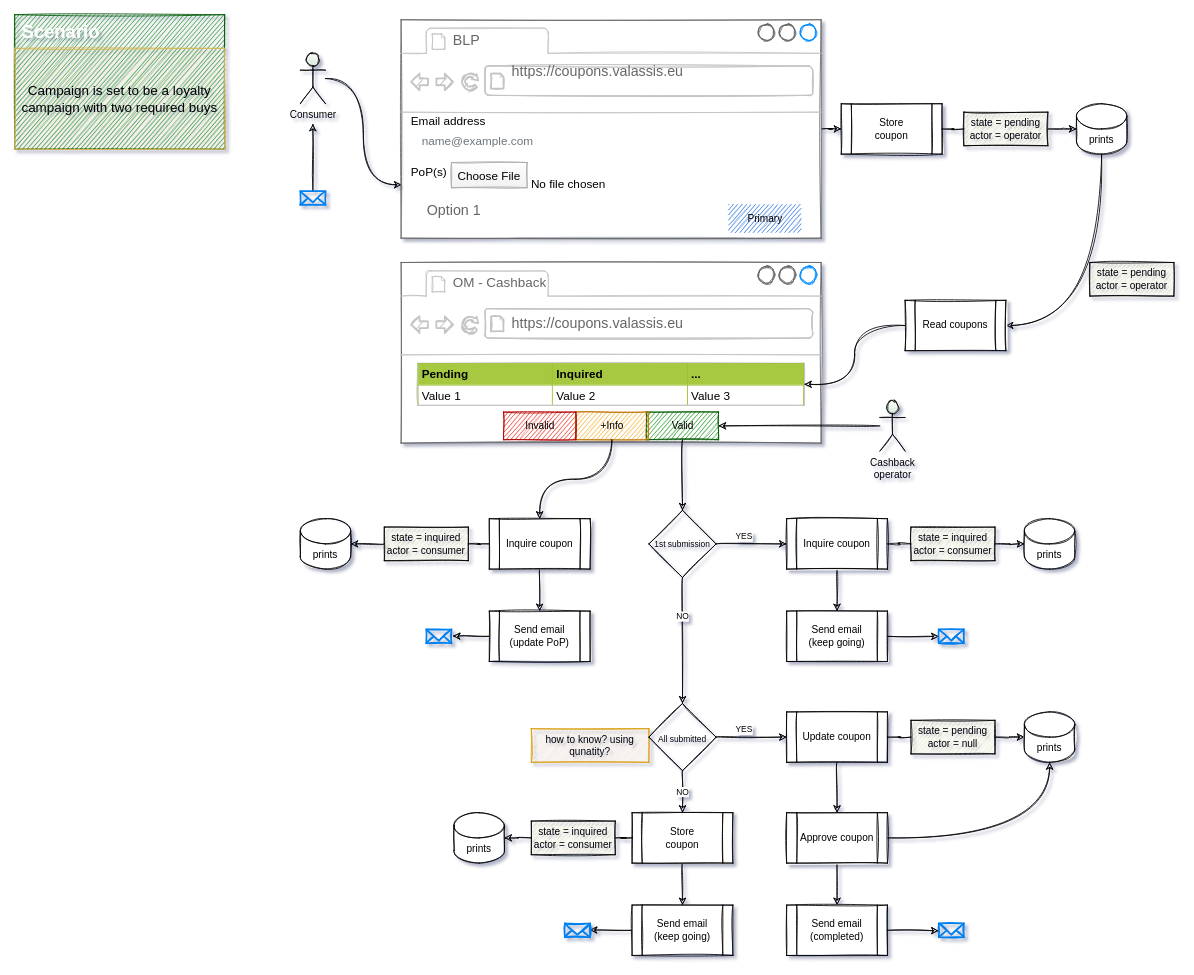
This is page "User flow" (1 of 3) of loyalty/User Flow.drawio from valassis-fcalle/diagramas.net, a draw.io file, before an edit. Source tidied: cells renumbered, new cells numbered last; positions are measured from the earlier drawing's top-left corner, leaving out a move shared by most shapes. Both pictures are drawn from the tidied source at 84%, with x=0, y=0 at pixel (14, 14).
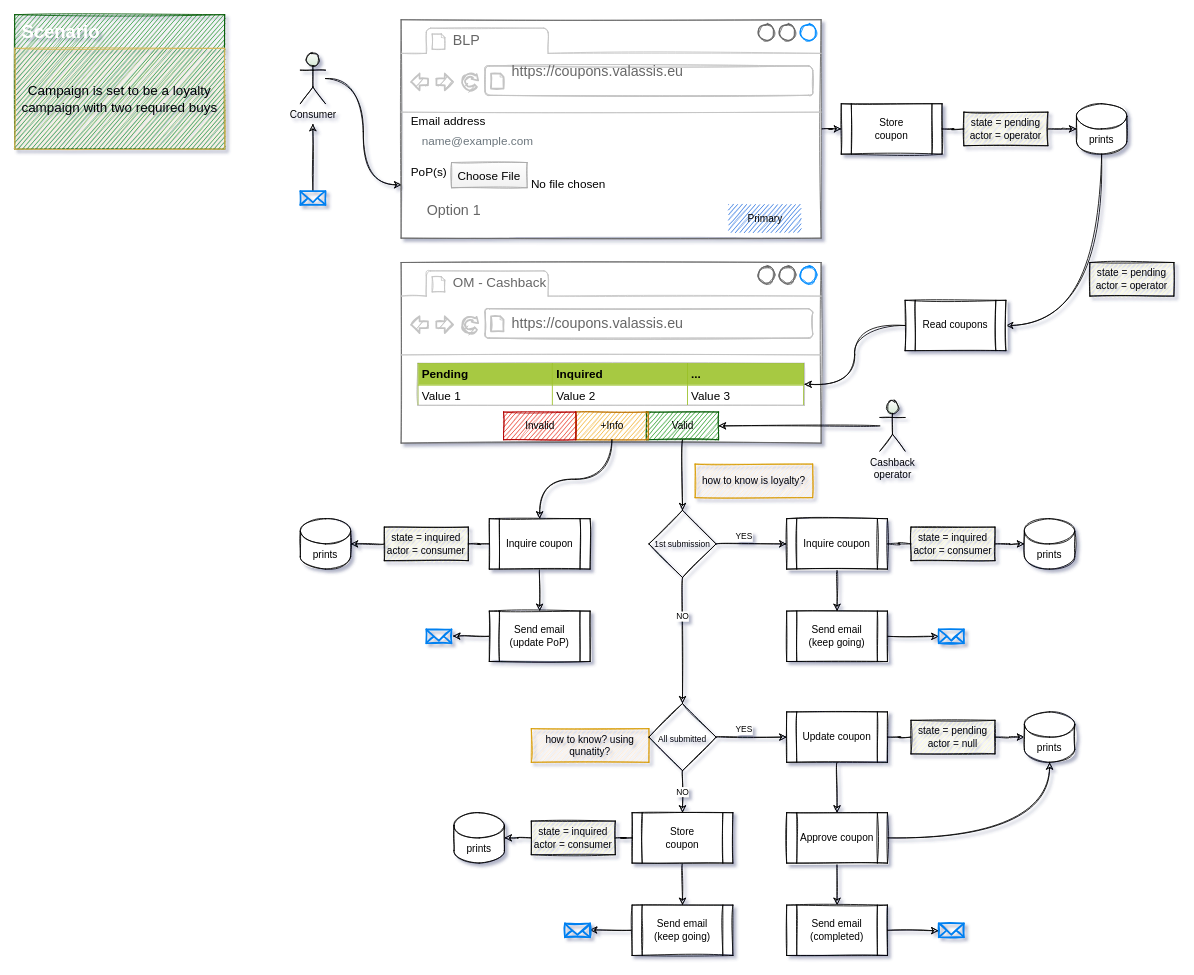
Above is the later version.

What changed in the source:
```diff
@@
+    <mxCell id="90" value="how to know is loyalty?" style="text;html=1;strokeColor=#d79b00;fillColor=#ffe6cc;align=center;verticalAlign=middle;whiteSpace=wrap;rounded=0;sketch=1;" parent="1" vertex="1">
+      <mxGeometry x="810" y="535" width="140" height="40" as="geometry" />
+    </mxCell>
```
